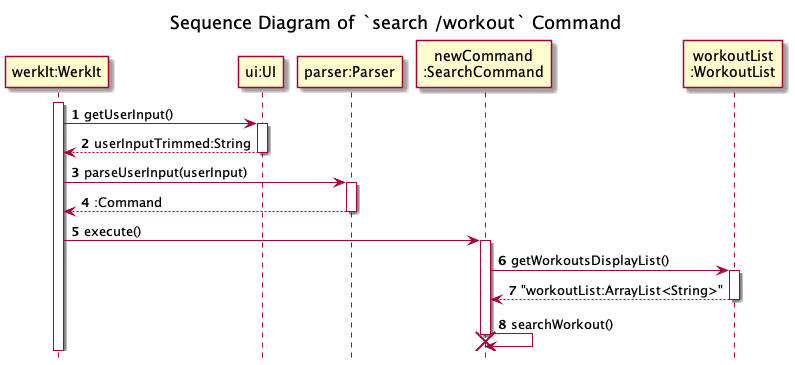
This is docs/uml/sequenceDiagrams/search/images/searchWorkout.png from nus-cs2113-AY2122S2/tp, a PlantUML export, as it was before one commit.
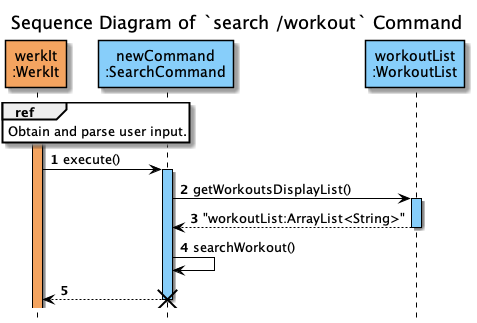
After the change.

Diff of the diagram source:
```diff
@@ -5,33 +5,29 @@
 
 title Sequence Diagram of `search /workout` Command
 
-participant "werkIt:WerkIt" AS WerkIt
-participant "ui:UI" AS UI1
-participant "parser:Parser" AS Parser
-participant "newCommand\n:SearchCommand" AS newCommand
-participant "workoutList\n:WorkoutList" AS WorkoutList
+participant "werkIt\n:WerkIt" AS WerkIt #Sandybrown
+participant "newCommand\n:SearchCommand" AS newCommand #LightSkyBlue
+participant "workoutList\n:WorkoutList" AS WorkoutList #LightSkyBlue
 
-activate WerkIt
-WerkIt -> UI1 : getUserInput()
-activate UI1
-WerkIt <-- UI1 : userInputTrimmed:String
-deactivate UI1
+ref over WerkIt
+Obtain and parse user input.
+end
 
-WerkIt -> Parser : parseUserInput(userInput)
-activate Parser
-WerkIt <-- Parser : :Command
-deactivate Parser
+
+activate WerkIt #Sandybrown
 
 WerkIt -> newCommand : execute()
-activate newCommand
+activate newCommand #LightSkyBlue
 newCommand -> WorkoutList : getWorkoutsDisplayList()
-activate WorkoutList
+activate WorkoutList #LightSkyBlue
 
 newCommand <-- WorkoutList : "workoutList:ArrayList<String>"
 deactivate WorkoutList
 
 newCommand -> newCommand : searchWorkout()
 
+newCommand --> WerkIt
+
 deactivate newCommand
 
 destroy newCommand
```
